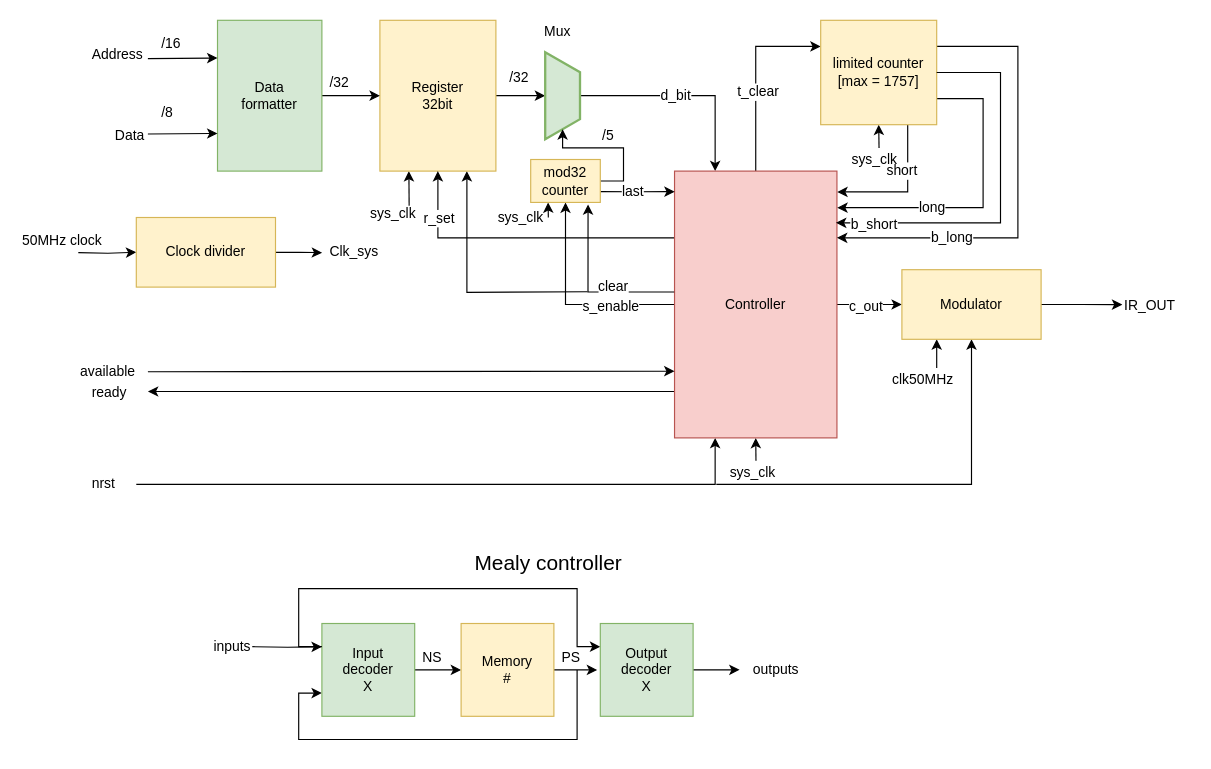
loekwous/NEC_IR_Transceiver keeps this draw.io diagram as doc/IR_NEC_transmitter.drawio. Above is the earlier version. Source tidied: cells renumbered, new cells numbered last; positions are measured from the earlier drawing's top-left corner, leaving out a move shared by most shapes. Both pictures are drawn from the tidied source at 116%, with x=0, y=0 at pixel (20, 20).
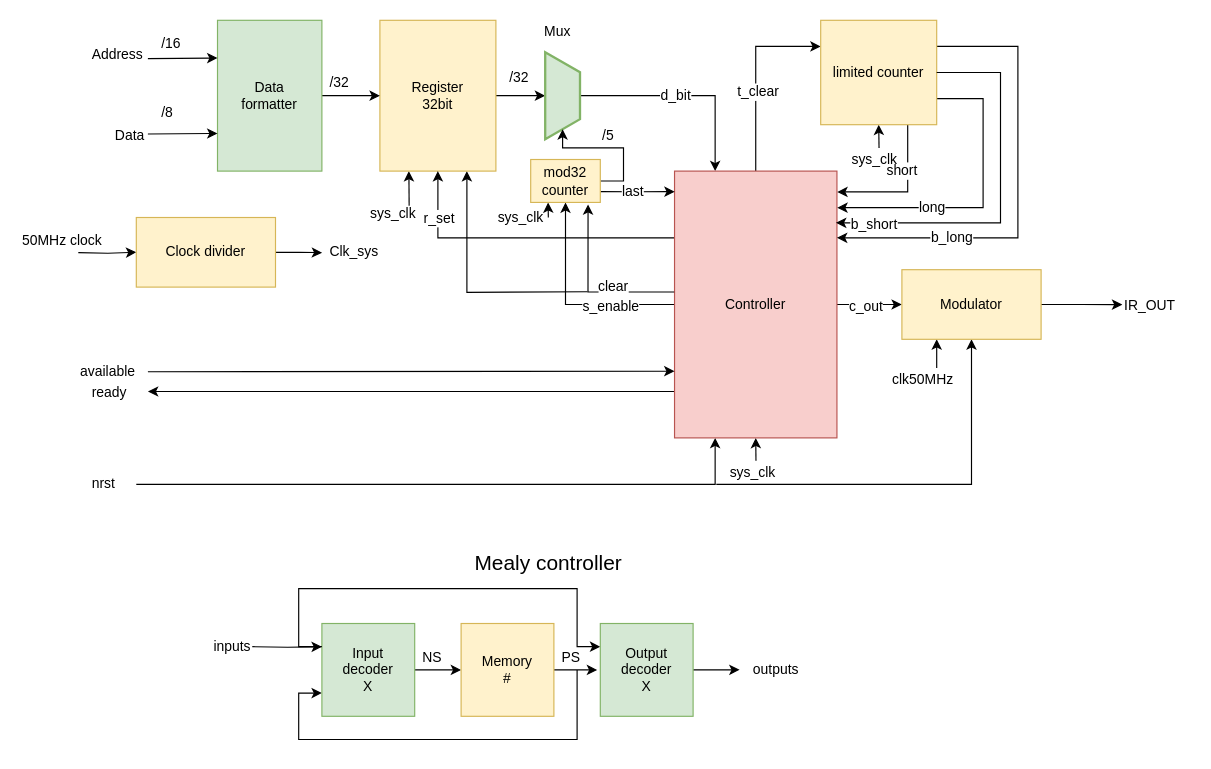
The same diagram, later.

The edit, as a diff of the source:
```diff
@@
-    <mxCell id="59" value="limited counter&lt;br&gt;[max = 1757]" style="rounded=0;whiteSpace=wrap;html=1;fillColor=#fff2cc;strokeColor=#d6b656;" parent="1" vertex="1">
+    <mxCell id="59" value="limited counter" style="rounded=0;whiteSpace=wrap;html=1;fillColor=#fff2cc;strokeColor=#d6b656;" parent="1" vertex="1">
       <mxGeometry x="690" width="100" height="90" as="geometry" />
     </mxCell>
```
